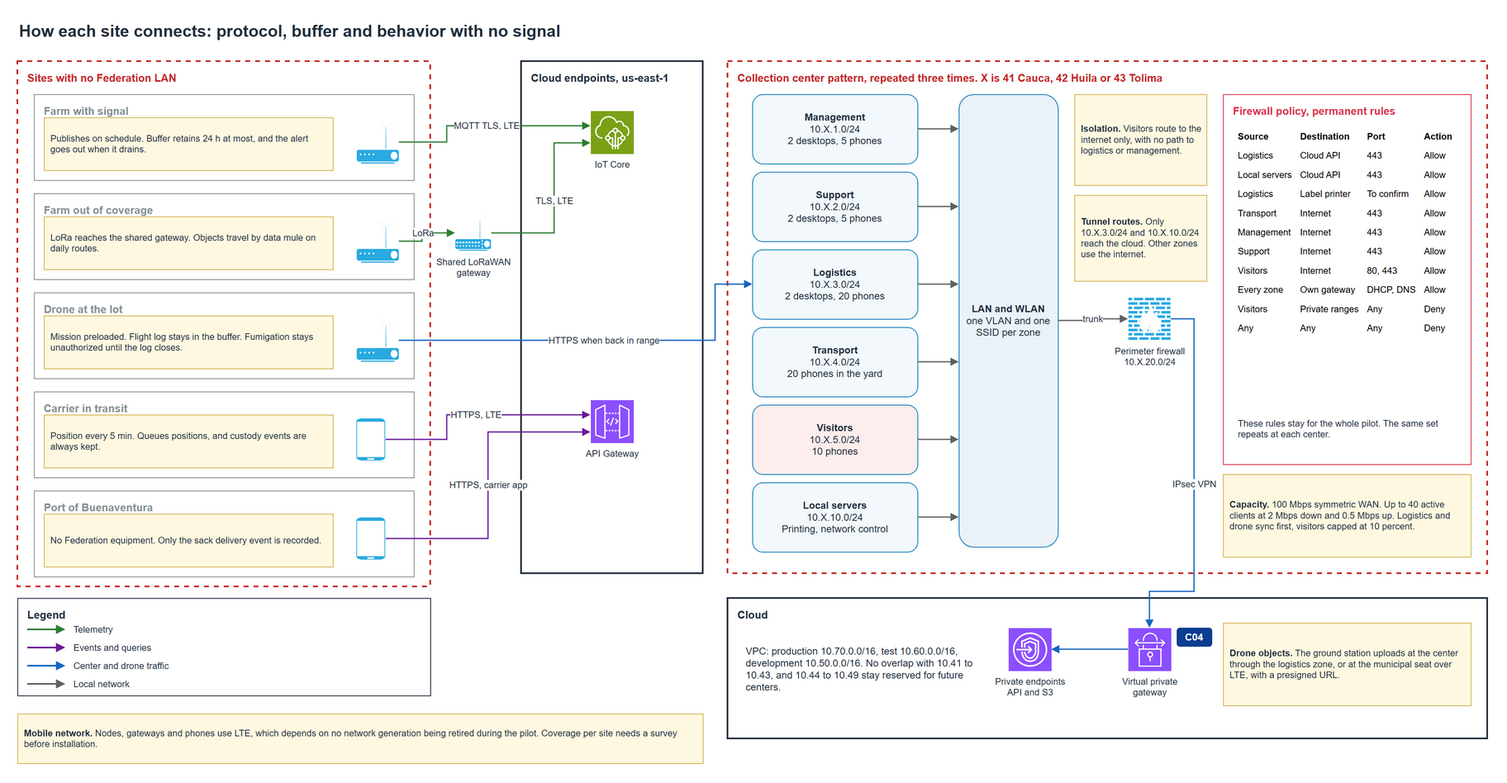
Above: docs/architecture/diagrams/03-connectivity-and-centers.drawio.png in aromapacifico-devops/aromapacifico-devops-docs (draw.io), before the change. Source tidied: cells renumbered, new cells last; positions are measured from the earlier drawing's top-left corner, leaving out a move shared by most shapes.
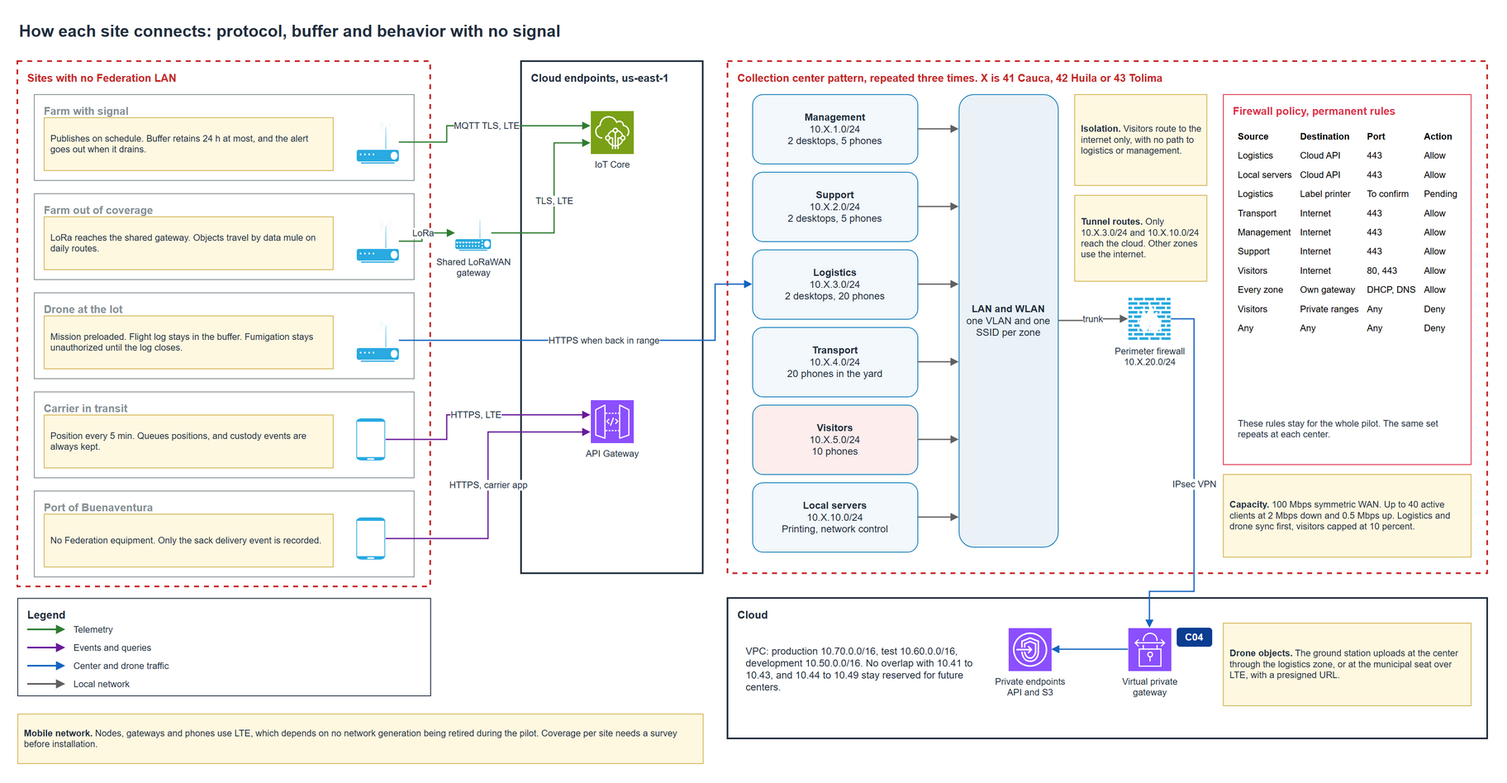
After the commit.

Commit message:
docs(network): keep the printing rule pending and separate VLANs from SSIDs

Change to the diagram source:
```diff
@@ -104,7 +104,7 @@
     <mxCell id="35" value="Firewall policy, permanent rules" style="rounded=0;whiteSpace=wrap;html=1;fillColor=none;strokeColor=#DD344C;strokeWidth=1;dashed=0;verticalAlign=top;align=left;spacingLeft=10;spacingRight=10;spacingTop=6;fontSize=13;fontStyle=1;fontColor=#DD344C;" parent="1" vertex="1">
       <mxGeometry x="1460" y="94" width="300" height="448" as="geometry" />
     </mxCell>
-    <mxCell id="36" value="&lt;table style='font-size:11px' cellpadding='4'&gt;&lt;tr&gt;&lt;td&gt;&lt;b&gt;Source&lt;/b&gt;&lt;/td&gt;&lt;td&gt;&lt;b&gt;Destination&lt;/b&gt;&lt;/td&gt;&lt;td&gt;&lt;b&gt;Port&lt;/b&gt;&lt;/td&gt;&lt;td&gt;&lt;b&gt;Action&lt;/b&gt;&lt;/td&gt;&lt;/tr&gt;&lt;tr&gt;&lt;td&gt;Logistics&lt;/td&gt;&lt;td&gt;Cloud API&lt;/td&gt;&lt;td&gt;443&lt;/td&gt;&lt;td&gt;Allow&lt;/td&gt;&lt;/tr&gt;&lt;tr&gt;&lt;td&gt;Local servers&lt;/td&gt;&lt;td&gt;Cloud API&lt;/td&gt;&lt;td&gt;443&lt;/td&gt;&lt;td&gt;Allow&lt;/td&gt;&lt;/tr&gt;&lt;tr&gt;&lt;td&gt;Logistics&lt;/td&gt;&lt;td&gt;Label printer&lt;/td&gt;&lt;td&gt;To confirm&lt;/td&gt;&lt;td&gt;Allow&lt;/td&gt;&lt;/tr&gt;&lt;tr&gt;&lt;td&gt;Transport&lt;/td&gt;&lt;td&gt;Internet&lt;/td&gt;&lt;td&gt;443&lt;/td&gt;&lt;td&gt;Allow&lt;/td&gt;&lt;/tr&gt;&lt;tr&gt;&lt;td&gt;Management&lt;/td&gt;&lt;td&gt;Internet&lt;/td&gt;&lt;td&gt;443&lt;/td&gt;&lt;td&gt;Allow&lt;/td&gt;&lt;/tr&gt;&lt;tr&gt;&lt;td&gt;Support&lt;/td&gt;&lt;td&gt;Internet&lt;/td&gt;&lt;td&gt;443&lt;/td&gt;&lt;td&gt;Allow&lt;/td&gt;&lt;/tr&gt;&lt;tr&gt;&lt;td&gt;Visitors&lt;/td&gt;&lt;td&gt;Internet&lt;/td&gt;&lt;td&gt;80, 443&lt;/td&gt;&lt;td&gt;Allow&lt;/td&gt;&lt;/tr&gt;&lt;tr&gt;&lt;td&gt;Every zone&lt;/td&gt;&lt;td&gt;Own gateway&lt;/td&gt;&lt;td&gt;DHCP, DNS&lt;/td&gt;&lt;td&gt;Allow&lt;/td&gt;&lt;/tr&gt;&lt;tr&gt;&lt;td&gt;Visitors&lt;/td&gt;&lt;td&gt;Private ranges&lt;/td&gt;&lt;td&gt;Any&lt;/td&gt;&lt;td&gt;Deny&lt;/td&gt;&lt;/tr&gt;&lt;tr&gt;&lt;td&gt;Any&lt;/td&gt;&lt;td&gt;Any&lt;/td&gt;&lt;td&gt;Any&lt;/td&gt;&lt;td&gt;Deny&lt;/td&gt;&lt;/tr&gt;&lt;/table&gt;" style="text;html=1;align=left;verticalAlign=top;whiteSpace=wrap;fontSize=11;strokeColor=none;fillColor=none;" parent="1" vertex="1">
+    <mxCell id="36" value="&lt;table style='font-size:11px' cellpadding='4'&gt;&lt;tr&gt;&lt;td&gt;&lt;b&gt;Source&lt;/b&gt;&lt;/td&gt;&lt;td&gt;&lt;b&gt;Destination&lt;/b&gt;&lt;/td&gt;&lt;td&gt;&lt;b&gt;Port&lt;/b&gt;&lt;/td&gt;&lt;td&gt;&lt;b&gt;Action&lt;/b&gt;&lt;/td&gt;&lt;/tr&gt;&lt;tr&gt;&lt;td&gt;Logistics&lt;/td&gt;&lt;td&gt;Cloud API&lt;/td&gt;&lt;td&gt;443&lt;/td&gt;&lt;td&gt;Allow&lt;/td&gt;&lt;/tr&gt;&lt;tr&gt;&lt;td&gt;Local servers&lt;/td&gt;&lt;td&gt;Cloud API&lt;/td&gt;&lt;td&gt;443&lt;/td&gt;&lt;td&gt;Allow&lt;/td&gt;&lt;/tr&gt;&lt;tr&gt;&lt;td&gt;Logistics&lt;/td&gt;&lt;td&gt;Label printer&lt;/td&gt;&lt;td&gt;To confirm&lt;/td&gt;&lt;td&gt;Pending&lt;/td&gt;&lt;/tr&gt;&lt;tr&gt;&lt;td&gt;Transport&lt;/td&gt;&lt;td&gt;Internet&lt;/td&gt;&lt;td&gt;443&lt;/td&gt;&lt;td&gt;Allow&lt;/td&gt;&lt;/tr&gt;&lt;tr&gt;&lt;td&gt;Management&lt;/td&gt;&lt;td&gt;Internet&lt;/td&gt;&lt;td&gt;443&lt;/td&gt;&lt;td&gt;Allow&lt;/td&gt;&lt;/tr&gt;&lt;tr&gt;&lt;td&gt;Support&lt;/td&gt;&lt;td&gt;Internet&lt;/td&gt;&lt;td&gt;443&lt;/td&gt;&lt;td&gt;Allow&lt;/td&gt;&lt;/tr&gt;&lt;tr&gt;&lt;td&gt;Visitors&lt;/td&gt;&lt;td&gt;Internet&lt;/td&gt;&lt;td&gt;80, 443&lt;/td&gt;&lt;td&gt;Allow&lt;/td&gt;&lt;/tr&gt;&lt;tr&gt;&lt;td&gt;Every zone&lt;/td&gt;&lt;td&gt;Own gateway&lt;/td&gt;&lt;td&gt;DHCP, DNS&lt;/td&gt;&lt;td&gt;Allow&lt;/td&gt;&lt;/tr&gt;&lt;tr&gt;&lt;td&gt;Visitors&lt;/td&gt;&lt;td&gt;Private ranges&lt;/td&gt;&lt;td&gt;Any&lt;/td&gt;&lt;td&gt;Deny&lt;/td&gt;&lt;/tr&gt;&lt;tr&gt;&lt;td&gt;Any&lt;/td&gt;&lt;td&gt;Any&lt;/td&gt;&lt;td&gt;Any&lt;/td&gt;&lt;td&gt;Deny&lt;/td&gt;&lt;/tr&gt;&lt;/table&gt;" style="text;html=1;align=left;verticalAlign=top;whiteSpace=wrap;fontSize=11;strokeColor=none;fillColor=none;" parent="1" vertex="1">
       <mxGeometry x="1470" y="126" width="280" height="340" as="geometry" />
     </mxCell>
     <mxCell id="37" value="These rules stay for the whole pilot. The same set repeats at each center." style="text;html=1;whiteSpace=wrap;strokeColor=none;fillColor=none;align=left;verticalAlign=middle;fontSize=11;fontColor=#232F3E;fontStyle=0;" parent="1" vertex="1">
```
